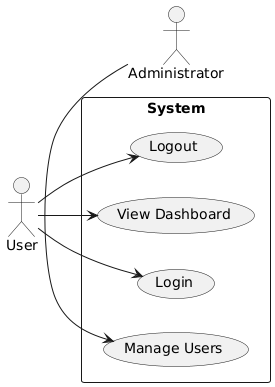
The PlantUML diagram use-case.png in softwareDesign24/collaborateUML-ucd, before a commit.
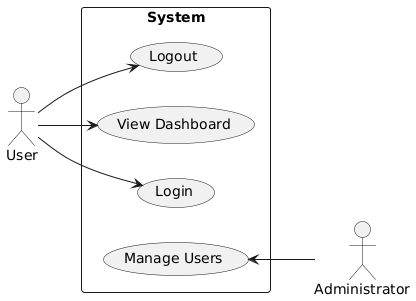
After the commit.

Commit message:
Automated UML diagram generation

Diff of the diagram source:
```diff
@@ -15,6 +15,6 @@
 usr --> UC1
 usr --> UC2
 usr --> UC3
-admin -left-> UC4
+admin -up-> UC4
 
 @enduml
```
